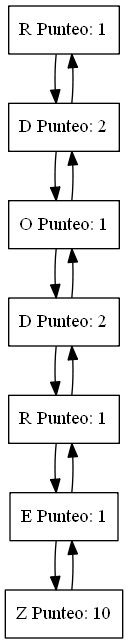
Above: FichasJug2.png in ByLy23/Scrabble_CPP (Graphviz), before the change. Its source is kept beside it as FichasJug2.dot.
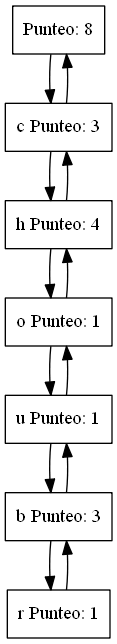
After the change.

Change to the diagram source:
```diff
@@ -1,19 +1,19 @@
 digraph FichasJug2{
  linkdir=LR
-nodo0[shape= record label="R
+nodo0[shape= record label="ñ
+ Punteo: 8"];
+nodo1[shape= record label="c
+ Punteo: 3"];
+nodo2[shape= record label="h
+ Punteo: 4"];
+nodo3[shape= record label="o
  Punteo: 1"];
-nodo1[shape= record label="D
- Punteo: 2"];
-nodo2[shape= record label="O
+nodo4[shape= record label="u
  Punteo: 1"];
-nodo3[shape= record label="D
- Punteo: 2"];
-nodo4[shape= record label="R
+nodo5[shape= record label="b
+ Punteo: 3"];
+nodo6[shape= record label="r
  Punteo: 1"];
-nodo5[shape= record label="E
- Punteo: 1"];
-nodo6[shape= record label="Z
- Punteo: 10"];
 
 nodo0 -> nodo1
 nodo1 -> nodo2
```
